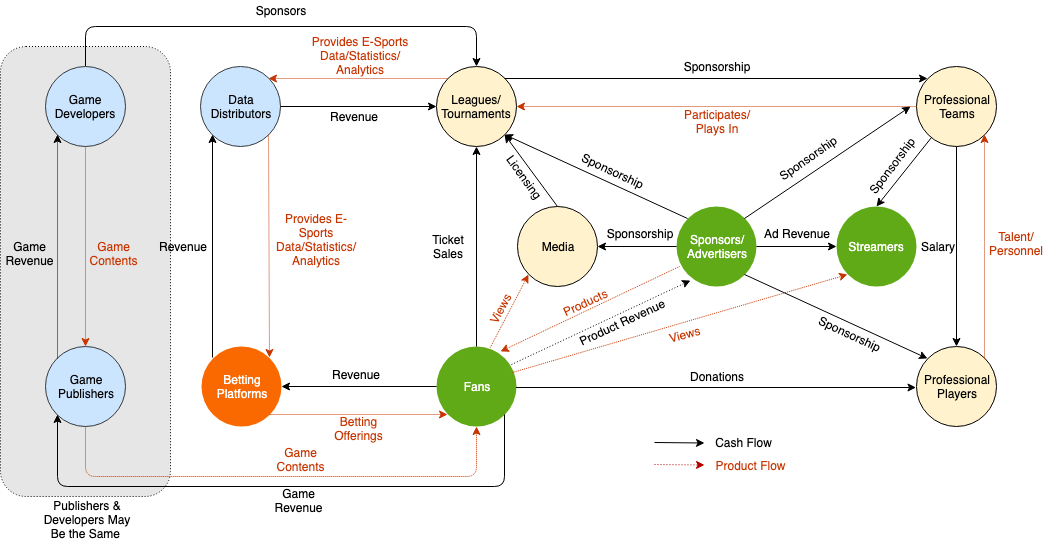
Before: Flow v2.png, a diagram exported from draw.io (ryanpo/ryanpo.github.io). Source tidied: cells renumbered, new cells last; positions are measured from the earlier drawing's top-left corner, leaving out a move shared by most shapes.
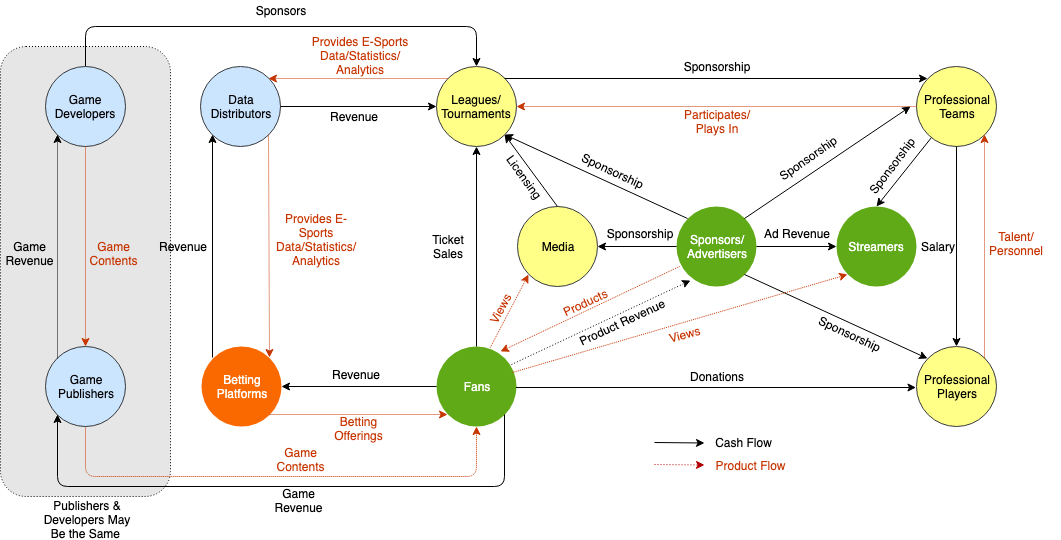
The same diagram one commit later.

What changed in the source:
```diff
@@ -8,7 +8,7 @@
     <mxCell id="3" value="&lt;div&gt;Sponsors/&lt;/div&gt;&lt;div&gt;Advertisers&lt;br&gt;&lt;/div&gt;" style="ellipse;whiteSpace=wrap;html=1;fillColor=#60a917;strokeColor=none;fontColor=#ffffff;" parent="1" vertex="1">
       <mxGeometry x="675.5" y="206" width="80" height="80" as="geometry" />
     </mxCell>
-    <mxCell id="4" value="&lt;div&gt;Professional&lt;/div&gt;&lt;div&gt;Teams&lt;br&gt;&lt;/div&gt;" style="ellipse;whiteSpace=wrap;html=1;fillColor=#fff2cc;strokeColor=#000000;" parent="1" vertex="1">
+    <mxCell id="4" value="&lt;div&gt;Professional&lt;/div&gt;&lt;div&gt;Teams&lt;br&gt;&lt;/div&gt;" style="ellipse;whiteSpace=wrap;html=1;fillColor=#ffff88;strokeColor=#36393d;" parent="1" vertex="1">
       <mxGeometry x="915.5" y="66" width="80" height="80" as="geometry" />
     </mxCell>
     <mxCell id="5" value="Streamers&lt;br&gt;" style="ellipse;whiteSpace=wrap;html=1;fillColor=#60a917;strokeColor=none;fontColor=#ffffff;" parent="1" vertex="1">
@@ -20,13 +20,13 @@
     <mxCell id="7" value="Fans" style="ellipse;whiteSpace=wrap;html=1;fillColor=#60a917;strokeColor=none;fontColor=#ffffff;" parent="1" vertex="1">
       <mxGeometry x="435.5" y="346" width="80" height="80" as="geometry" />
     </mxCell>
-    <mxCell id="8" value="&lt;div&gt;Leagues/&lt;/div&gt;&lt;div&gt;Tournaments&lt;br&gt;&lt;/div&gt;" style="ellipse;whiteSpace=wrap;html=1;fillColor=#fff2cc;strokeColor=#000000;" parent="1" vertex="1">
+    <mxCell id="8" value="&lt;div&gt;Leagues/&lt;/div&gt;&lt;div&gt;Tournaments&lt;br&gt;&lt;/div&gt;" style="ellipse;whiteSpace=wrap;html=1;fillColor=#ffff88;strokeColor=#36393d;" parent="1" vertex="1">
       <mxGeometry x="435.5" y="66" width="80" height="80" as="geometry" />
     </mxCell>
-    <mxCell id="9" value="&lt;div&gt;Professional&lt;/div&gt;&lt;div&gt;Players&lt;br&gt;&lt;/div&gt;" style="ellipse;whiteSpace=wrap;html=1;fillColor=#fff2cc;strokeColor=#000000;" parent="1" vertex="1">
+    <mxCell id="9" value="&lt;div&gt;Professional&lt;/div&gt;&lt;div&gt;Players&lt;br&gt;&lt;/div&gt;" style="ellipse;whiteSpace=wrap;html=1;fillColor=#ffff88;strokeColor=#36393d;" parent="1" vertex="1">
       <mxGeometry x="915.5" y="346" width="80" height="80" as="geometry" />
     </mxCell>
-    <mxCell id="10" value="&lt;div&gt;Media&lt;br&gt;&lt;/div&gt;" style="ellipse;whiteSpace=wrap;html=1;fillColor=#fff2cc;strokeColor=#000000;" parent="1" vertex="1">
+    <mxCell id="10" value="&lt;div&gt;Media&lt;br&gt;&lt;/div&gt;" style="ellipse;whiteSpace=wrap;html=1;fillColor=#ffff88;strokeColor=#36393d;" parent="1" vertex="1">
       <mxGeometry x="516.5" y="206" width="80" height="80" as="geometry" />
     </mxCell>
     <mxCell id="11" style="edgeStyle=orthogonalEdgeStyle;rounded=1;jettySize=auto;html=1;exitX=0.5;exitY=1;exitDx=0;exitDy=0;entryX=0.5;entryY=1;entryDx=0;entryDy=0;dashed=1;dashPattern=1 1;fillColor=#fa6800;strokeColor=#C73500;" parent="1" edge="1" source="12" target="7">
```
